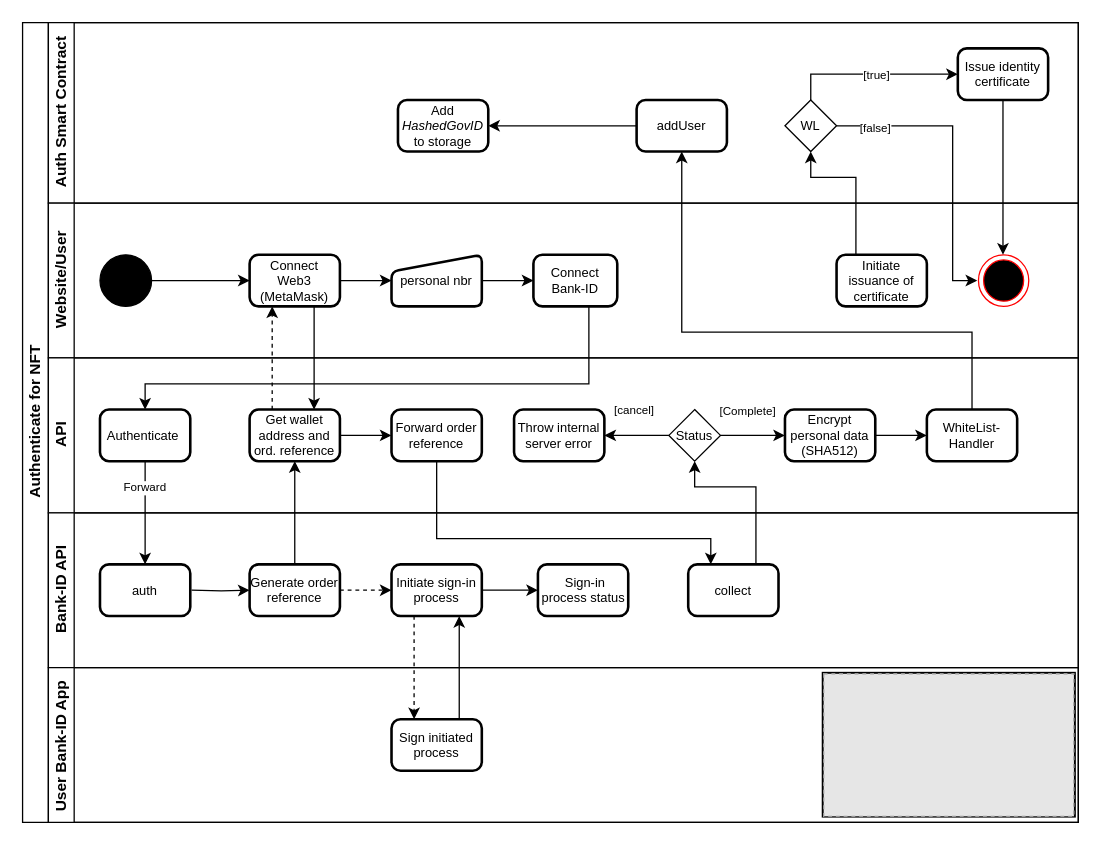
Above: TokanizedBankID.drawio.drawio in PaulMoustakas/Project-T (draw.io), before the change. Source tidied: cells renumbered, new cells numbered last; positions are measured from the earlier drawing's top-left corner, leaving out a move shared by most shapes. Both pictures are drawn from the tidied source at 129%, with x=0, y=0 at pixel (22, 22). Pictures stored in the file or linked from it are replaced by grey dashed boxes.
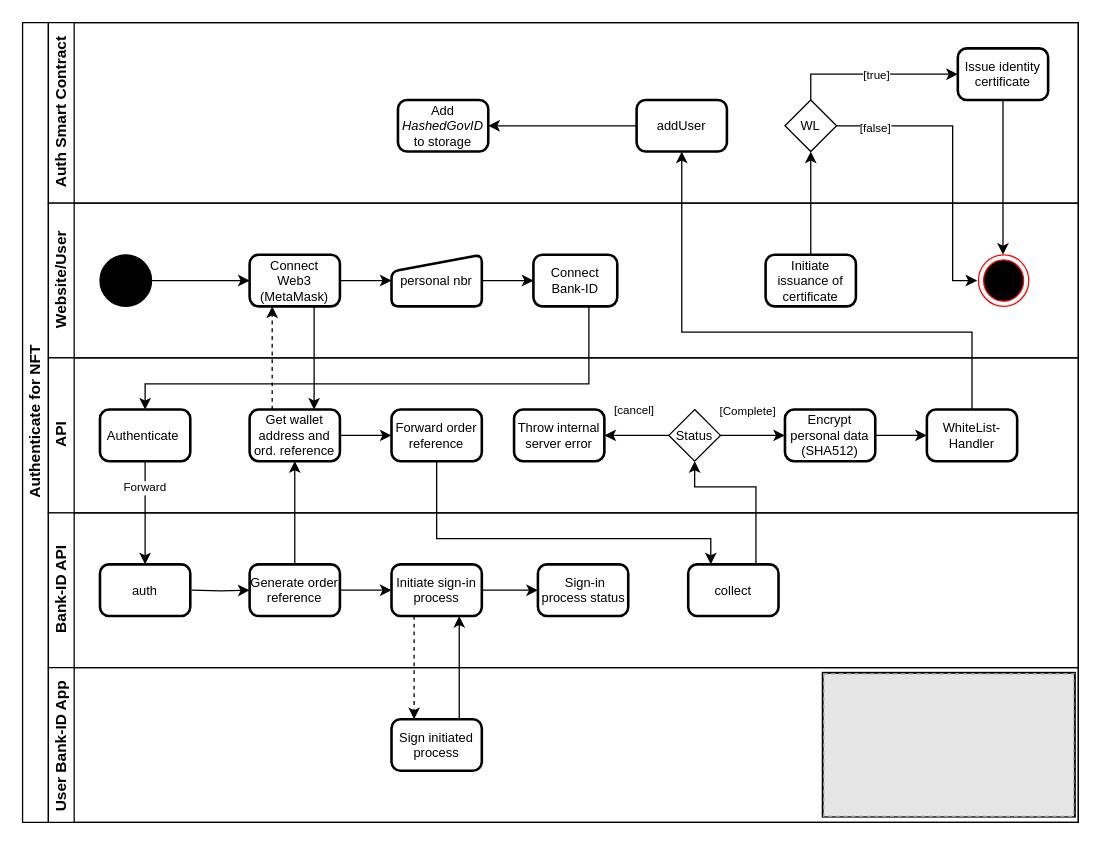
The same page after the edit.

Unchanged cells that the change refers to:
```xml
<mxCell id="2" value="Authenticate for NFT" style="swimlane;html=1;horizontal=0;startSize=20;" parent="1" vertex="1">
  <mxGeometry width="818.4" height="620" as="geometry" />
</mxCell>
<mxCell id="8" value="&lt;font style=&quot;font-size: 10px&quot;&gt;WL&lt;/font&gt;" style="rhombus;whiteSpace=wrap;html=1;fontFamily=Helvetica;fontSize=12;fontColor=#000000;align=center;" parent="7" vertex="1">
  <mxGeometry x="571" y="60" width="40" height="40" as="geometry" />
</mxCell>
<mxCell id="15" value="Website/User" style="swimlane;html=1;startSize=20;horizontal=0;" parent="2" vertex="1">
  <mxGeometry x="20" y="140" width="798.4" height="120" as="geometry" />
</mxCell>
<mxCell id="39" value="Bank-ID API" style="swimlane;html=1;startSize=20;horizontal=0;" parent="2" vertex="1">
  <mxGeometry x="20" y="380" width="798.4" height="120" as="geometry" />
</mxCell>
<mxCell id="44" value="&lt;font style=&quot;font-size: 10px&quot;&gt;Initiate sign-in process&lt;/font&gt;" style="rounded=1;html=1;absoluteArcSize=1;arcSize=14;strokeWidth=2;fontSize=7;whiteSpace=wrap;" parent="39" vertex="1">
  <mxGeometry x="266" y="40" width="70" height="40" as="geometry" />
</mxCell>
<mxCell id="46" value="&lt;font style=&quot;font-size: 10px&quot;&gt;Generate order reference&lt;/font&gt;" style="rounded=1;html=1;absoluteArcSize=1;arcSize=14;strokeWidth=2;fontSize=7;whiteSpace=wrap;" parent="39" vertex="1">
  <mxGeometry x="156" y="40" width="70" height="40" as="geometry" />
</mxCell>
```

Change to the diagram source:
```diff
@@
     <mxCell id="23" value="&lt;font style=&quot;font-size: 10px&quot;&gt;Initiate issuance of certificate&lt;/font&gt;" style="rounded=1;html=1;absoluteArcSize=1;arcSize=14;strokeWidth=2;fontSize=7;whiteSpace=wrap;" parent="15" vertex="1">
-      <mxGeometry x="611" y="40" width="70" height="40" as="geometry" />
+      <mxGeometry x="556" y="40" width="70" height="40" as="geometry" />
     </mxCell>
@@
-    <mxCell id="45" style="edgeStyle=orthogonalEdgeStyle;rounded=0;jettySize=auto;html=1;entryX=0;entryY=0.5;entryDx=0;entryDy=0;fontSize=11;dashed=1;" parent="39" edge="1" source="46" target="44">
+    <mxCell id="45" style="edgeStyle=orthogonalEdgeStyle;rounded=0;jettySize=auto;html=1;exitX=1;exitY=0.5;exitDx=0;exitDy=0;entryX=0;entryY=0.5;entryDx=0;entryDy=0;" parent="39" edge="1" source="46" target="44">
       <mxGeometry relative="1" as="geometry" />
     </mxCell>
@@
     <mxCell id="58" style="edgeStyle=orthogonalEdgeStyle;rounded=0;jettySize=auto;html=1;exitX=0.5;exitY=0;exitDx=0;exitDy=0;entryX=0.5;entryY=1;entryDx=0;entryDy=0;fontSize=10;strokeColor=default;" parent="2" edge="1" source="23" target="8">
       <mxGeometry relative="1" as="geometry">
         <Array as="points">
-          <mxPoint x="646" y="120" />
-          <mxPoint x="611" y="120" />
+          <mxPoint x="611" y="180" />
         </Array>
       </mxGeometry>
     </mxCell>
```
